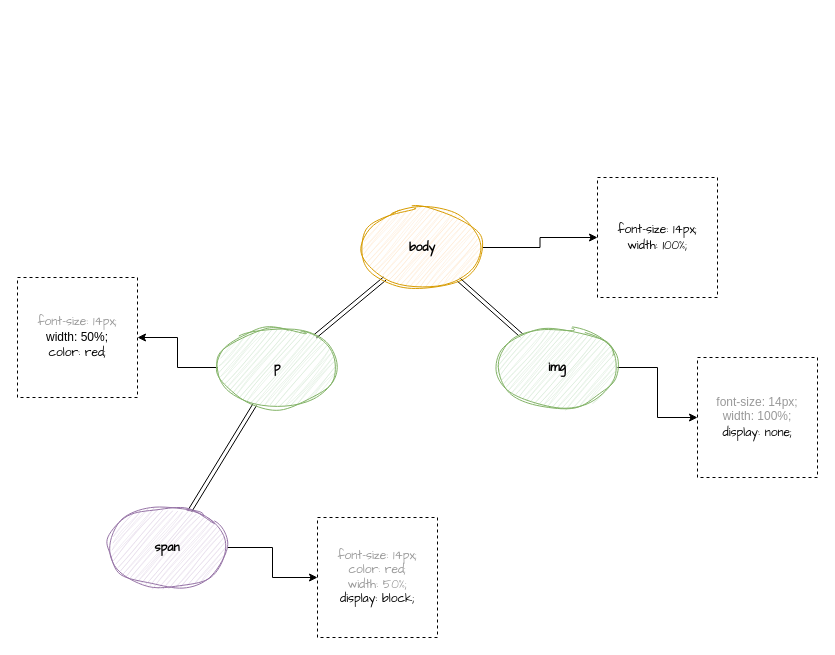
Before: CSSOM Structure.drawio in Sayantan-s/Fb-ui, a draw.io diagram. Source tidied: cells renumbered, new cells numbered last; positions are measured from the earlier drawing's top-left corner, leaving out a move shared by most shapes. Both pictures are drawn from the tidied source at 100%, with x=0, y=0 at pixel (17, 177).
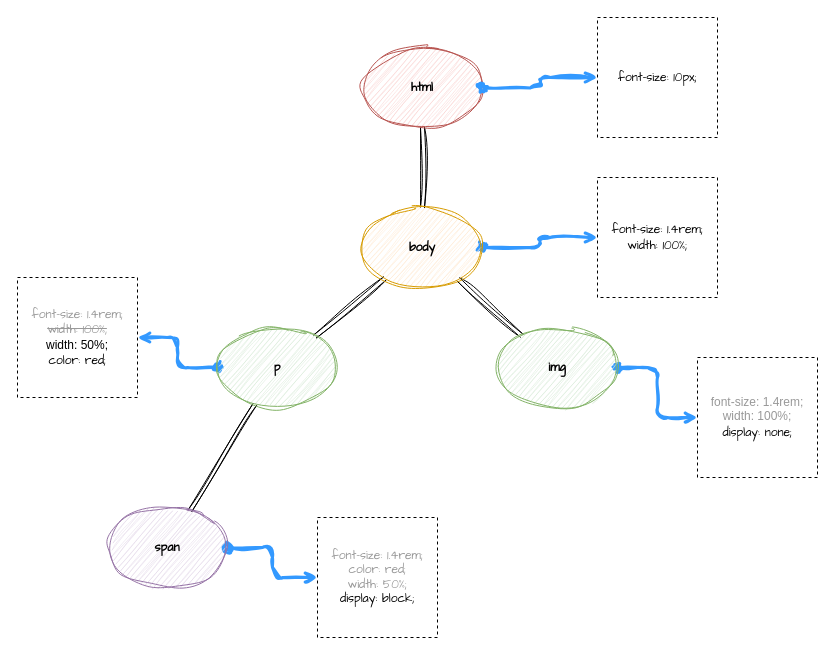
After the change.

The change refers to these unchanged cells:
```xml
<mxCell id="5" value="&lt;font face=&quot;Comic Sans MS&quot;&gt;&lt;b&gt;body&lt;/b&gt;&lt;/font&gt;" style="ellipse;whiteSpace=wrap;html=1;fillColor=#ffe6cc;fillStyle=auto;strokeColor=#d79b00;sketch=1;curveFitting=1;jiggle=2;" parent="1" vertex="1">
  <mxGeometry x="345" y="30" width="120" height="80" as="geometry" />
</mxCell>
<mxCell id="7" value="&lt;b&gt;&lt;font face=&quot;Comic Sans MS&quot;&gt;img&lt;/font&gt;&lt;/b&gt;" style="ellipse;whiteSpace=wrap;html=1;fillColor=#d5e8d4;fillStyle=auto;strokeColor=#82b366;shadow=0;sketch=1;curveFitting=1;jiggle=2;" parent="1" vertex="1">
  <mxGeometry x="480" y="150" width="120" height="80" as="geometry" />
</mxCell>
<mxCell id="10" value="&lt;b&gt;&lt;font face=&quot;Comic Sans MS&quot;&gt;p&lt;/font&gt;&lt;/b&gt;" style="ellipse;whiteSpace=wrap;html=1;fillColor=#d5e8d4;fillStyle=auto;strokeColor=#82b366;sketch=1;curveFitting=1;jiggle=2;" parent="1" vertex="1">
  <mxGeometry x="200" y="150" width="120" height="80" as="geometry" />
</mxCell>
<mxCell id="12" value="&lt;b&gt;&lt;font face=&quot;Comic Sans MS&quot;&gt;span&lt;/font&gt;&lt;/b&gt;" style="ellipse;whiteSpace=wrap;html=1;fillColor=#e1d5e7;fillStyle=auto;strokeColor=#9673a6;sketch=1;curveFitting=1;jiggle=2;" parent="1" vertex="1">
  <mxGeometry x="90" y="330" width="120" height="80" as="geometry" />
</mxCell>
```

The edit, as a diff of the source:
```diff
@@
-    <mxCell id="2" style="edgeStyle=none;rounded=0;jettySize=auto;html=1;shape=link;" parent="1" edge="1" source="5" target="7">
+    <mxCell id="2" style="edgeStyle=none;rounded=0;jettySize=auto;html=1;shape=link;sketch=1;curveFitting=1;jiggle=2;" parent="1" edge="1" source="5" target="7">
       <mxGeometry relative="1" as="geometry" />
     </mxCell>
-    <mxCell id="3" style="edgeStyle=none;rounded=0;jettySize=auto;html=1;shape=link;" parent="1" edge="1" source="5" target="10">
+    <mxCell id="3" style="edgeStyle=none;rounded=0;jettySize=auto;html=1;shape=link;sketch=1;curveFitting=1;jiggle=2;" parent="1" edge="1" source="5" target="10">
       <mxGeometry relative="1" as="geometry" />
     </mxCell>
-    <mxCell id="4" style="edgeStyle=orthogonalEdgeStyle;rounded=0;jettySize=auto;html=1;" parent="1" edge="1" source="5" target="13">
+    <mxCell id="4" style="edgeStyle=orthogonalEdgeStyle;rounded=1;jettySize=auto;html=1;sketch=1;curveFitting=1;jiggle=2;strokeWidth=3;endArrow=open;endFill=0;strokeColor=#3399FF;startArrow=oval;startFill=1;" parent="1" edge="1" source="5" target="13">
       <mxGeometry relative="1" as="geometry" />
     </mxCell>
+    <mxCell id="17" style="edgeStyle=orthogonalEdgeStyle;rounded=0;jettySize=auto;html=1;shape=link;sketch=1;curveFitting=1;jiggle=2;" parent="1" edge="1" source="5" target="18">
+      <mxGeometry relative="1" as="geometry" />
+    </mxCell>
@@
-    <mxCell id="6" style="edgeStyle=orthogonalEdgeStyle;rounded=0;jettySize=auto;html=1;fontFamily=Comic Sans MS;" parent="1" edge="1" source="7" target="15">
+    <mxCell id="6" style="edgeStyle=orthogonalEdgeStyle;rounded=1;jettySize=auto;html=1;fontFamily=Comic Sans MS;sketch=1;curveFitting=1;jiggle=2;strokeWidth=3;endArrow=open;endFill=0;strokeColor=#3399FF;startArrow=oval;startFill=1;" parent="1" edge="1" source="7" target="15">
       <mxGeometry relative="1" as="geometry" />
     </mxCell>
@@
-    <mxCell id="8" style="edgeStyle=none;shape=link;rounded=0;jettySize=auto;html=1;" parent="1" edge="1" source="10" target="12">
+    <mxCell id="8" style="edgeStyle=none;shape=link;rounded=0;jettySize=auto;html=1;sketch=1;curveFitting=1;jiggle=2;" parent="1" edge="1" source="10" target="12">
       <mxGeometry relative="1" as="geometry" />
     </mxCell>
-    <mxCell id="9" style="edgeStyle=orthogonalEdgeStyle;rounded=0;jettySize=auto;html=1;" parent="1" edge="1" source="10" target="14">
+    <mxCell id="9" style="edgeStyle=orthogonalEdgeStyle;rounded=1;jettySize=auto;html=1;sketch=1;curveFitting=1;jiggle=2;strokeWidth=3;endArrow=open;endFill=0;strokeColor=#3399FF;startArrow=oval;startFill=1;" parent="1" edge="1" source="10" target="14">
       <mxGeometry relative="1" as="geometry" />
     </mxCell>
@@
-    <mxCell id="11" style="edgeStyle=orthogonalEdgeStyle;rounded=0;jettySize=auto;html=1;fontFamily=Comic Sans MS;" parent="1" edge="1" source="12" target="16">
+    <mxCell id="11" style="edgeStyle=orthogonalEdgeStyle;rounded=1;jettySize=auto;html=1;fontFamily=Comic Sans MS;strokeWidth=3;sketch=1;curveFitting=1;jiggle=2;strokeColor=#3399FF;startArrow=oval;startFill=1;endArrow=open;endFill=0;" parent="1" edge="1" source="12" target="16">
       <mxGeometry relative="1" as="geometry" />
     </mxCell>
@@
-    <mxCell id="13" value="&lt;font face=&quot;Comic Sans MS&quot;&gt;font-size: 14px;&lt;br&gt;width: 100%;&lt;br&gt;&lt;/font&gt;" style="whiteSpace=wrap;html=1;fillStyle=auto;dashed=1;" parent="1" vertex="1">
+    <mxCell id="13" value="&lt;font face=&quot;Comic Sans MS&quot;&gt;font-size: 1.4rem;&lt;br&gt;width: 100%;&lt;br&gt;&lt;/font&gt;" style="whiteSpace=wrap;html=1;fillStyle=auto;dashed=1;" parent="1" vertex="1">
       <mxGeometry x="580" width="120" height="120" as="geometry" />
     </mxCell>
-    <mxCell id="14" value="&lt;font face=&quot;Comic Sans MS&quot;&gt;&lt;font color=&quot;#999999&quot;&gt;font-size: 14px;&lt;br&gt;&lt;/font&gt;&lt;/font&gt;width: 50%;&lt;font face=&quot;Comic Sans MS&quot;&gt;&lt;font color=&quot;#999999&quot;&gt;&lt;br&gt;&lt;/font&gt;color: red;&lt;/font&gt;" style="whiteSpace=wrap;html=1;fillStyle=auto;dashed=1;" parent="1" vertex="1">
+    <mxCell id="14" value="&lt;font style=&quot;--tw-border-spacing-x: 0; --tw-border-spacing-y: 0; --tw-translate-x: 0; --tw-translate-y: 0; --tw-rotate: 0; --tw-skew-x: 0; --tw-skew-y: 0; --tw-scale-x: 1; --tw-scale-y: 1; --tw-pan-x: ; --tw-pan-y: ; --tw-pinch-zoom: ; --tw-scroll-snap-strictness: proximity; --tw-ordinal: ; --tw-slashed-zero: ; --tw-numeric-figure: ; --tw-numeric-spacing: ; --tw-numeric-fraction: ; --tw-ring-inset: ; --tw-ring-offset-width: 0px; --tw-ring-offset-color: #fff; --tw-ring-color: rgb(59 130 246 / 0.5); --tw-ring-offset-shadow: 0 0 #0000; --tw-ring-shadow: 0 0 #0000; --tw-shadow: 0 0 #0000; --tw-shadow-colored: 0 0 #0000; --tw-blur: ; --tw-brightness: ; --tw-contrast: ; --tw-grayscale: ; --tw-hue-rotate: ; --tw-invert: ; --tw-saturate: ; --tw-sepia: ; --tw-drop-shadow: ; --tw-backdrop-blur: ; --tw-backdrop-brightness: ; --tw-backdrop-contrast: ; --tw-backdrop-grayscale: ; --tw-backdrop-hue-rotate: ; --tw-backdrop-invert: ; --tw-backdrop-opacity: ; --tw-backdrop-saturate: ; --tw-backdrop-sepia: ; border-color: var(--border-color); font-family: &amp;quot;Comic Sans MS&amp;quot;;&quot;&gt;&lt;font style=&quot;--tw-border-spacing-x: 0; --tw-border-spacing-y: 0; --tw-translate-x: 0; --tw-translate-y: 0; --tw-rotate: 0; --tw-skew-x: 0; --tw-skew-y: 0; --tw-scale-x: 1; --tw-scale-y: 1; --tw-pan-x: ; --tw-pan-y: ; --tw-pinch-zoom: ; --tw-scroll-snap-strictness: proximity; --tw-ordinal: ; --tw-slashed-zero: ; --tw-numeric-figure: ; --tw-numeric-spacing: ; --tw-numeric-fraction: ; --tw-ring-inset: ; --tw-ring-offset-width: 0px; --tw-ring-offset-color: #fff; --tw-ring-color: rgb(59 130 246 / 0.5); --tw-ring-offset-shadow: 0 0 #0000; --tw-ring-shadow: 0 0 #0000; --tw-shadow: 0 0 #0000; --tw-shadow-colored: 0 0 #0000; --tw-blur: ; --tw-brightness: ; --tw-contrast: ; --tw-grayscale: ; --tw-hue-rotate: ; --tw-invert: ; --tw-saturate: ; --tw-sepia: ; --tw-drop-shadow: ; --tw-backdrop-blur: ; --tw-backdrop-brightness: ; --tw-backdrop-contrast: ; --tw-backdrop-grayscale: ; --tw-backdrop-hue-rotate: ; --tw-backdrop-invert: ; --tw-backdrop-opacity: ; --tw-backdrop-saturate: ; --tw-backdrop-sepia: ; border-color: var(--border-color);&quot; color=&quot;#999999&quot;&gt;font-size: 1.4rem;&lt;br&gt;&lt;strike&gt;width: 100%;&lt;br style=&quot;--tw-border-spacing-x: 0; --tw-border-spacing-y: 0; --tw-translate-x: 0; --tw-translate-y: 0; --tw-rotate: 0; --tw-skew-x: 0; --tw-skew-y: 0; --tw-scale-x: 1; --tw-scale-y: 1; --tw-pan-x: ; --tw-pan-y: ; --tw-pinch-zoom: ; --tw-scroll-snap-strictness: proximity; --tw-ordinal: ; --tw-slashed-zero: ; --tw-numeric-figure: ; --tw-numeric-spacing: ; --tw-numeric-fraction: ; --tw-ring-inset: ; --tw-ring-offset-width: 0px; --tw-ring-offset-color: #fff; --tw-ring-color: rgb(59 130 246 / 0.5); --tw-ring-offset-shadow: 0 0 #0000; --tw-ring-shadow: 0 0 #0000; --tw-shadow: 0 0 #0000; --tw-shadow-colored: 0 0 #0000; --tw-blur: ; --tw-brightness: ; --tw-contrast: ; --tw-grayscale: ; --tw-hue-rotate: ; --tw-invert: ; --tw-saturate: ; --tw-sepia: ; --tw-drop-shadow: ; --tw-backdrop-blur: ; --tw-backdrop-brightness: ; --tw-backdrop-contrast: ; --tw-backdrop-grayscale: ; --tw-backdrop-hue-rotate: ; --tw-backdrop-invert: ; --tw-backdrop-opacity: ; --tw-backdrop-saturate: ; --tw-backdrop-sepia: ; border-color: var(--border-color);&quot;&gt;&lt;/strike&gt;&lt;/font&gt;&lt;/font&gt;width: 50%;&lt;font style=&quot;--tw-border-spacing-x: 0; --tw-border-spacing-y: 0; --tw-translate-x: 0; --tw-translate-y: 0; --tw-rotate: 0; --tw-skew-x: 0; --tw-skew-y: 0; --tw-scale-x: 1; --tw-scale-y: 1; --tw-pan-x: ; --tw-pan-y: ; --tw-pinch-zoom: ; --tw-scroll-snap-strictness: proximity; --tw-ordinal: ; --tw-slashed-zero: ; --tw-numeric-figure: ; --tw-numeric-spacing: ; --tw-numeric-fraction: ; --tw-ring-inset: ; --tw-ring-offset-width: 0px; --tw-ring-offset-color: #fff; --tw-ring-color: rgb(59 130 246 / 0.5); --tw-ring-offset-shadow: 0 0 #0000; --tw-ring-shadow: 0 0 #0000; --tw-shadow: 0 0 #0000; --tw-shadow-colored: 0 0 #0000; --tw-blur: ; --tw-brightness: ; --tw-contrast: ; --tw-grayscale: ; --tw-hue-rotate: ; --tw-invert: ; --tw-saturate: ; --tw-sepia: ; --tw-drop-shadow: ; --tw-backdrop-blur: ; --tw-backdrop-brightness: ; --tw-backdrop-contrast: ; --tw-backdrop-grayscale: ; --tw-backdrop-hue-rotate: ; --tw-backdrop-invert: ; --tw-backdrop-opacity: ; --tw-backdrop-saturate: ; --tw-backdrop-sepia: ; border-color: var(--border-color); font-family: &amp;quot;Comic Sans MS&amp;quot;;&quot;&gt;&lt;font style=&quot;--tw-border-spacing-x: 0; --tw-border-spacing-y: 0; --tw-translate-x: 0; --tw-translate-y: 0; --tw-rotate: 0; --tw-skew-x: 0; --tw-skew-y: 0; --tw-scale-x: 1; --tw-scale-y: 1; --tw-pan-x: ; --tw-pan-y: ; --tw-pinch-zoom: ; --tw-scroll-snap-strictness: proximity; --tw-ordinal: ; --tw-slashed-zero: ; --tw-numeric-figure: ; --tw-numeric-spacing: ; --tw-numeric-fraction: ; --tw-ring-inset: ; --tw-ring-offset-width: 0px; --tw-ring-offset-color: #fff; --tw-ring-color: rgb(59 130 246 / 0.5); --tw-ring-offset-shadow: 0 0 #0000; --tw-ring-shadow: 0 0 #0000; --tw-shadow: 0 0 #0000; --tw-shadow-colored: 0 0 #0000; --tw-blur: ; --tw-brightness: ; --tw-contrast: ; --tw-grayscale: ; --tw-hue-rotate: ; --tw-invert: ; --tw-saturate: ; --tw-sepia: ; --tw-drop-shadow: ; --tw-backdrop-blur: ; --tw-backdrop-brightness: ; --tw-backdrop-contrast: ; --tw-backdrop-grayscale: ; --tw-backdrop-hue-rotate: ; --tw-backdrop-invert: ; --tw-backdrop-opacity: ; --tw-backdrop-saturate: ; --tw-backdrop-sepia: ; border-color: var(--border-color);&quot; color=&quot;#999999&quot;&gt;&lt;br style=&quot;--tw-border-spacing-x: 0; --tw-border-spacing-y: 0; --tw-translate-x: 0; --tw-translate-y: 0; --tw-rotate: 0; --tw-skew-x: 0; --tw-skew-y: 0; --tw-scale-x: 1; --tw-scale-y: 1; --tw-pan-x: ; --tw-pan-y: ; --tw-pinch-zoom: ; --tw-scroll-snap-strictness: proximity; --tw-ordinal: ; --tw-slashed-zero: ; --tw-numeric-figure: ; --tw-numeric-spacing: ; --tw-numeric-fraction: ; --tw-ring-inset: ; --tw-ring-offset-width: 0px; --tw-ring-offset-color: #fff; --tw-ring-color: rgb(59 130 246 / 0.5); --tw-ring-offset-shadow: 0 0 #0000; --tw-ring-shadow: 0 0 #0000; --tw-shadow: 0 0 #0000; --tw-shadow-colored: 0 0 #0000; --tw-blur: ; --tw-brightness: ; --tw-contrast: ; --tw-grayscale: ; --tw-hue-rotate: ; --tw-invert: ; --tw-saturate: ; --tw-sepia: ; --tw-drop-shadow: ; --tw-backdrop-blur: ; --tw-backdrop-brightness: ; --tw-backdrop-contrast: ; --tw-backdrop-grayscale: ; --tw-backdrop-hue-rotate: ; --tw-backdrop-invert: ; --tw-backdrop-opacity: ; --tw-backdrop-saturate: ; --tw-backdrop-sepia: ; border-color: var(--border-color);&quot;&gt;&lt;/font&gt;color: red;&lt;/font&gt;" style="whiteSpace=wrap;html=1;fillStyle=auto;dashed=1;" parent="1" vertex="1">
       <mxGeometry y="100" width="120" height="120" as="geometry" />
     </mxCell>
-    <mxCell id="15" value="&lt;font color=&quot;#999999&quot;&gt;font-size: 14px;&lt;br style=&quot;border-color: var(--border-color); font-family: &amp;quot;Comic Sans MS&amp;quot;;&quot;&gt;width: 100%;&lt;/font&gt;&lt;span style=&quot;font-family: &amp;quot;Comic Sans MS&amp;quot;;&quot;&gt;&lt;font color=&quot;#999999&quot;&gt;&lt;br&gt;&lt;/font&gt;display: none;&lt;/span&gt;" style="whiteSpace=wrap;html=1;fillStyle=auto;shadow=0;dashed=1;" parent="1" vertex="1">
+    <mxCell id="15" value="&lt;font color=&quot;#999999&quot;&gt;font-size: 1.4rem;&lt;br style=&quot;border-color: var(--border-color); font-family: &amp;quot;Comic Sans MS&amp;quot;;&quot;&gt;width: 100%;&lt;/font&gt;&lt;span style=&quot;font-family: &amp;quot;Comic Sans MS&amp;quot;;&quot;&gt;&lt;font color=&quot;#999999&quot;&gt;&lt;br&gt;&lt;/font&gt;display: none;&lt;/span&gt;" style="whiteSpace=wrap;html=1;fillStyle=auto;shadow=0;dashed=1;" parent="1" vertex="1">
       <mxGeometry x="680" y="180" width="120" height="120" as="geometry" />
     </mxCell>
-    <mxCell id="16" value="&lt;font color=&quot;#999999&quot;&gt;font-size: 14px;&lt;br style=&quot;border-color: var(--border-color);&quot;&gt;color: red;&lt;br&gt;width: 50%;&lt;br&gt;&lt;/font&gt;display: block;" style="whiteSpace=wrap;html=1;fillStyle=auto;dashed=1;fontFamily=Comic Sans MS;" parent="1" vertex="1">
+    <mxCell id="16" value="&lt;font color=&quot;#999999&quot;&gt;font-size: 1.4rem;&lt;br style=&quot;border-color: var(--border-color);&quot;&gt;color: red;&lt;br&gt;width: 50%;&lt;br&gt;&lt;/font&gt;display: block;" style="whiteSpace=wrap;html=1;fillStyle=auto;dashed=1;fontFamily=Comic Sans MS;" parent="1" vertex="1">
       <mxGeometry x="300" y="340" width="120" height="120" as="geometry" />
     </mxCell>
+    <mxCell id="18" value="&lt;font face=&quot;Comic Sans MS&quot;&gt;&lt;b&gt;html&lt;/b&gt;&lt;/font&gt;" style="ellipse;whiteSpace=wrap;html=1;fillColor=#f8cecc;fillStyle=auto;strokeColor=#b85450;sketch=1;curveFitting=1;jiggle=2;" parent="1" vertex="1">
+      <mxGeometry x="345" y="-130" width="120" height="80" as="geometry" />
+    </mxCell>
+    <mxCell id="19" style="edgeStyle=orthogonalEdgeStyle;rounded=1;jettySize=auto;html=1;sketch=1;curveFitting=1;jiggle=2;strokeWidth=3;endArrow=open;endFill=0;strokeColor=#3399FF;startArrow=oval;startFill=1;" parent="1" edge="1" target="20">
+      <mxGeometry relative="1" as="geometry">
+        <mxPoint x="465" y="-90" as="sourcePoint" />
+      </mxGeometry>
+    </mxCell>
+    <mxCell id="20" value="&lt;font face=&quot;Comic Sans MS&quot;&gt;font-size: 10px;&lt;br&gt;&lt;/font&gt;" style="whiteSpace=wrap;html=1;fillStyle=auto;dashed=1;" parent="1" vertex="1">
+      <mxGeometry x="580" y="-160" width="120" height="120" as="geometry" />
+    </mxCell>
```
